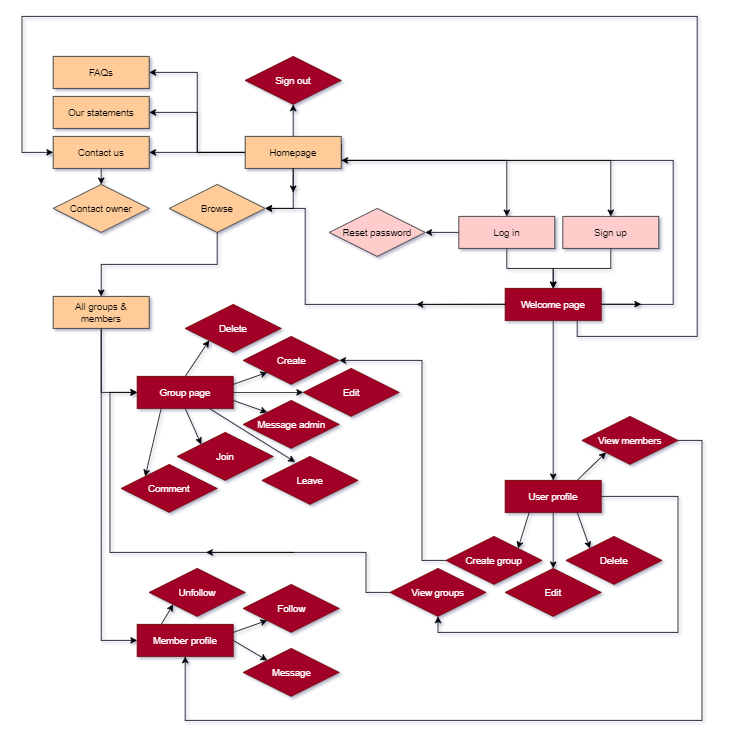
Earlier version of the draw.io export documentation/screenshots/workflow.png (lmw95/MS3-worldsmiths). Source tidied: cells renumbered, new cells last; positions are measured from the earlier drawing's top-left corner, leaving out a move shared by most shapes.
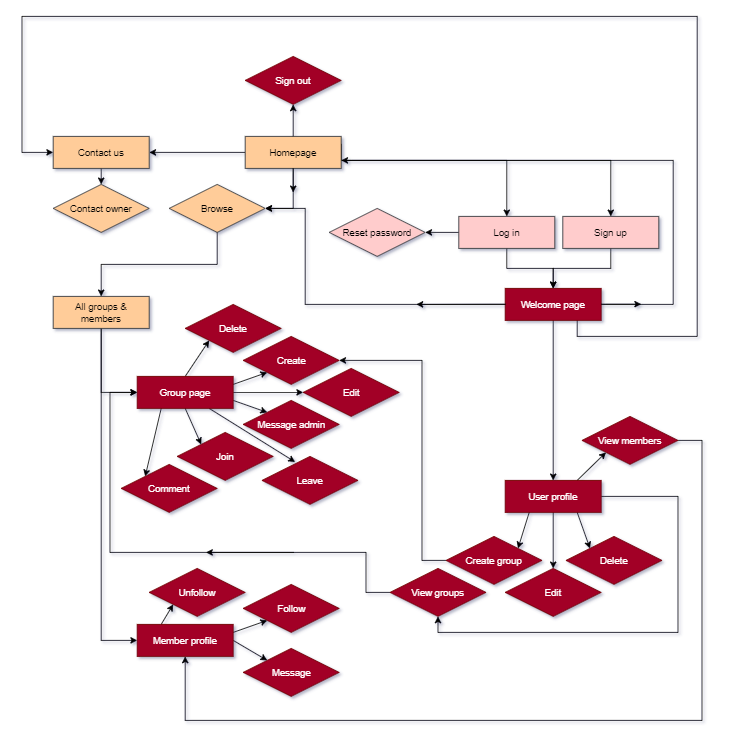
After the change.

The edit, as a diff of the source:
```diff
@@ -5,9 +5,6 @@
     <mxCell id="2" style="edgeStyle=orthogonalEdgeStyle;rounded=0;jettySize=auto;html=1;exitX=0;exitY=0.5;exitDx=0;exitDy=0;entryX=1;entryY=0.5;entryDx=0;entryDy=0;" parent="1" edge="1" source="9" target="18">
       <mxGeometry relative="1" as="geometry" />
     </mxCell>
-    <mxCell id="3" style="edgeStyle=orthogonalEdgeStyle;rounded=0;jettySize=auto;html=1;exitX=0;exitY=0.5;exitDx=0;exitDy=0;entryX=1;entryY=0.5;entryDx=0;entryDy=0;" parent="1" edge="1" source="9" target="15">
-      <mxGeometry relative="1" as="geometry" />
-    </mxCell>
     <mxCell id="4" style="edgeStyle=orthogonalEdgeStyle;rounded=0;jettySize=auto;html=1;exitX=0.5;exitY=0;exitDx=0;exitDy=0;entryX=0.5;entryY=0;entryDx=0;entryDy=0;" parent="1" edge="1" source="9" target="12">
       <mxGeometry relative="1" as="geometry">
         <Array as="points">
@@ -30,9 +27,6 @@
         </Array>
       </mxGeometry>
     </mxCell>
-    <mxCell id="6" style="edgeStyle=orthogonalEdgeStyle;rounded=0;jettySize=auto;html=1;exitX=0;exitY=0.5;exitDx=0;exitDy=0;entryX=1;entryY=0.5;entryDx=0;entryDy=0;" parent="1" edge="1" source="9" target="16">
-      <mxGeometry relative="1" as="geometry" />
-    </mxCell>
     <mxCell id="7" style="edgeStyle=orthogonalEdgeStyle;rounded=0;jettySize=auto;html=1;exitX=0.5;exitY=0;exitDx=0;exitDy=0;entryX=0.5;entryY=1;entryDx=0;entryDy=0;startArrow=none;startFill=0;" parent="1" edge="1" source="9" target="20">
       <mxGeometry relative="1" as="geometry" />
     </mxCell>
@@ -57,12 +51,6 @@
     <mxCell id="14" value="Sign up" style="rounded=0;whiteSpace=wrap;html=1;fillColor=#ffcccc;strokeColor=#36393d;fontStyle=0;" parent="1" vertex="1">
       <mxGeometry x="676" y="250" width="120" height="40" as="geometry" />
     </mxCell>
-    <mxCell id="15" value="Our statements" style="rounded=0;whiteSpace=wrap;html=1;fillColor=#ffcc99;strokeColor=#36393d;fontStyle=0;" parent="1" vertex="1">
-      <mxGeometry x="39" y="100" width="120" height="40" as="geometry" />
-    </mxCell>
-    <mxCell id="16" value="FAQs" style="rounded=0;whiteSpace=wrap;html=1;fillColor=#ffcc99;strokeColor=#36393d;fontStyle=0;" parent="1" vertex="1">
-      <mxGeometry x="39" y="50" width="120" height="40" as="geometry" />
-    </mxCell>
     <mxCell id="17" style="edgeStyle=orthogonalEdgeStyle;rounded=0;jettySize=auto;html=1;exitX=0.5;exitY=1;exitDx=0;exitDy=0;entryX=0.5;entryY=0;entryDx=0;entryDy=0;startArrow=none;startFill=0;" parent="1" edge="1" source="18" target="26">
       <mxGeometry relative="1" as="geometry" />
     </mxCell>
```
